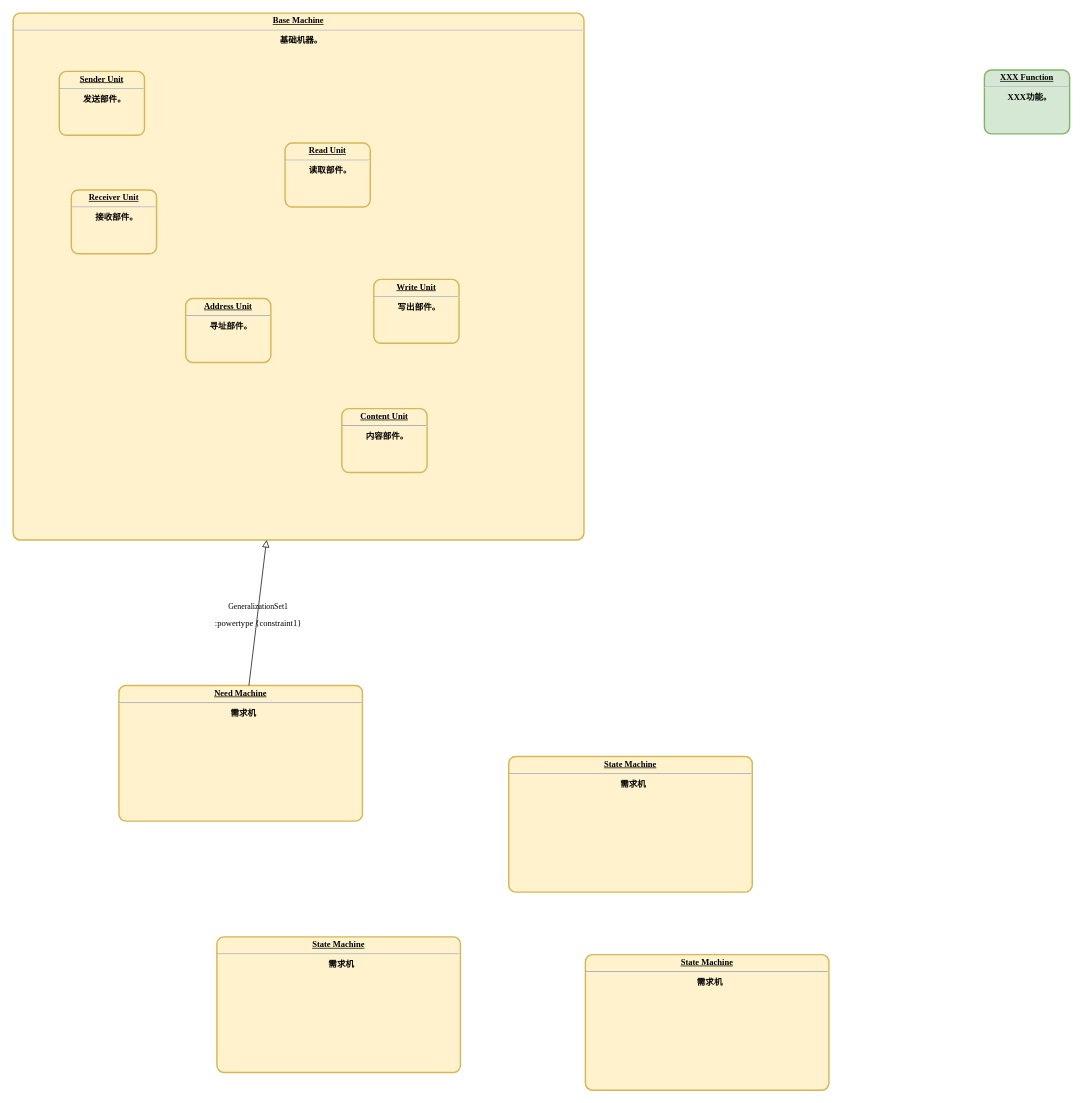
Before: page "Machine运作引擎" (4 of 12) of Analyse/总体分析框架.drawio in EntelechySystem/EntelechySystem_theory, a draw.io diagram. Source tidied: cells renumbered, new cells numbered last; positions are measured from the earlier drawing's top-left corner, leaving out a move shared by most shapes. Both pictures are drawn from the tidied source at 71%, with x=0, y=0 at pixel (13, 13).
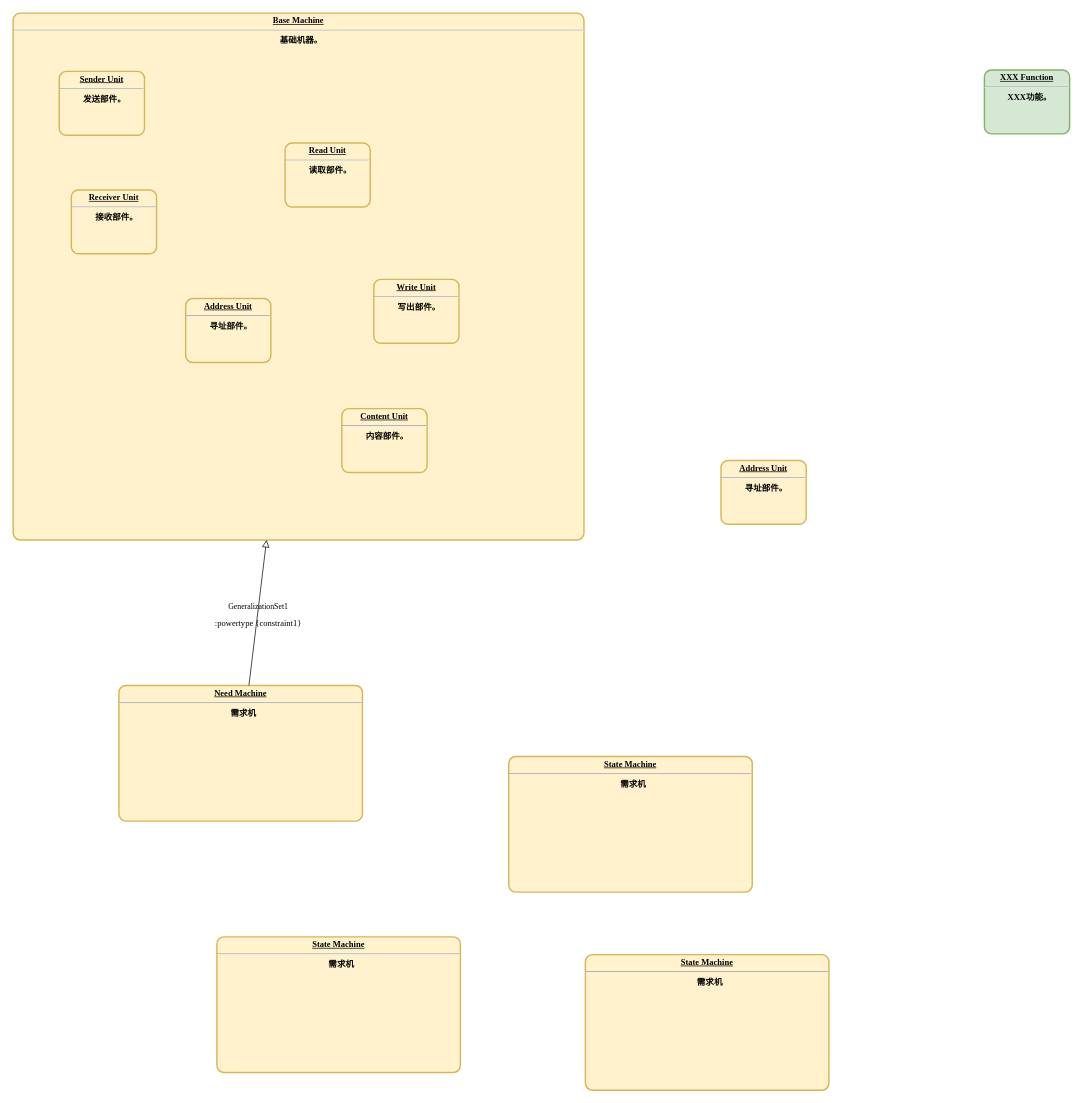
The same page after the edit.

The edit, as a diff of the source:
```diff
@@
 <mxGraphModel>
   <root>
     <mxCell id="0" />
     <mxCell id="1" parent="0" />
     <mxCell id="2" value="&lt;p style=&quot;margin: 0px; margin-top: 4px; text-align: center; text-decoration: underline;&quot;&gt;&lt;strong&gt;XXX Function&lt;br&gt;&lt;/strong&gt;&lt;/p&gt;&lt;hr&gt;&lt;p style=&quot;margin: 0px; margin-left: 8px;&quot;&gt;XXX功能。&lt;/p&gt;" style="verticalAlign=middle;align=center;overflow=fill;fontSize=12;fontFamily=Times New Roman;html=1;rounded=1;fontStyle=1;strokeWidth=2;fillColor=#d5e8d4;whiteSpace=wrap;absoluteArcSize=1;strokeColor=#82b366;" parent="1" vertex="1">
       <mxGeometry x="1368" y="80" width="120" height="90" as="geometry" />
     </mxCell>
     <mxCell id="3" value="&lt;p style=&quot;margin: 0px; margin-top: 4px; text-align: center; text-decoration: underline;&quot;&gt;&lt;strong&gt;Base Machine&lt;br&gt;&lt;/strong&gt;&lt;/p&gt;&lt;hr&gt;&lt;p style=&quot;margin: 0px; margin-left: 8px;&quot;&gt;基础机器。&lt;/p&gt;" style="verticalAlign=middle;align=center;overflow=fill;fontSize=12;fontFamily=Times New Roman;html=1;rounded=1;fontStyle=1;strokeWidth=2;fillColor=#fff2cc;whiteSpace=wrap;absoluteArcSize=1;strokeColor=#d6b656;" parent="1" vertex="1">
       <mxGeometry width="804" height="742" as="geometry" />
     </mxCell>
     <mxCell id="4" value="&lt;p style=&quot;margin: 0px; margin-top: 4px; text-align: center; text-decoration: underline;&quot;&gt;&lt;strong&gt;Sender Unit&lt;/strong&gt;&lt;/p&gt;&lt;hr&gt;&lt;p style=&quot;margin: 0px; margin-left: 8px;&quot;&gt;发送部件。&lt;/p&gt;" style="verticalAlign=middle;align=center;overflow=fill;fontSize=12;fontFamily=Times New Roman;html=1;rounded=1;fontStyle=1;strokeWidth=2;fillColor=#fff2cc;whiteSpace=wrap;absoluteArcSize=1;strokeColor=#d6b656;" parent="3" vertex="1">
       <mxGeometry x="65" y="82" width="120" height="90" as="geometry" />
     </mxCell>
     <mxCell id="5" value="&lt;p style=&quot;margin: 0px; margin-top: 4px; text-align: center; text-decoration: underline;&quot;&gt;&lt;strong&gt;Receiver Unit&lt;/strong&gt;&lt;/p&gt;&lt;hr&gt;&lt;p style=&quot;margin: 0px; margin-left: 8px;&quot;&gt;接收部件。&lt;/p&gt;" style="verticalAlign=middle;align=center;overflow=fill;fontSize=12;fontFamily=Times New Roman;html=1;rounded=1;fontStyle=1;strokeWidth=2;fillColor=#fff2cc;whiteSpace=wrap;absoluteArcSize=1;strokeColor=#d6b656;" parent="3" vertex="1">
       <mxGeometry x="82" y="249" width="120" height="90" as="geometry" />
     </mxCell>
     <mxCell id="6" value="&lt;p style=&quot;margin: 0px; margin-top: 4px; text-align: center; text-decoration: underline;&quot;&gt;&lt;strong&gt;Address Unit&lt;/strong&gt;&lt;/p&gt;&lt;hr&gt;&lt;p style=&quot;margin: 0px; margin-left: 8px;&quot;&gt;寻址部件。&lt;/p&gt;" style="verticalAlign=middle;align=center;overflow=fill;fontSize=12;fontFamily=Times New Roman;html=1;rounded=1;fontStyle=1;strokeWidth=2;fillColor=#fff2cc;whiteSpace=wrap;absoluteArcSize=1;strokeColor=#d6b656;" parent="3" vertex="1">
       <mxGeometry x="243" y="402" width="120" height="90" as="geometry" />
     </mxCell>
     <mxCell id="7" value="&lt;p style=&quot;margin: 0px; margin-top: 4px; text-align: center; text-decoration: underline;&quot;&gt;&lt;strong&gt;Read Unit&lt;/strong&gt;&lt;/p&gt;&lt;hr&gt;&lt;p style=&quot;margin: 0px; margin-left: 8px;&quot;&gt;读取部件。&lt;/p&gt;" style="verticalAlign=middle;align=center;overflow=fill;fontSize=12;fontFamily=Times New Roman;html=1;rounded=1;fontStyle=1;strokeWidth=2;fillColor=#fff2cc;whiteSpace=wrap;absoluteArcSize=1;strokeColor=#d6b656;" parent="3" vertex="1">
       <mxGeometry x="383" y="183" width="120" height="90" as="geometry" />
     </mxCell>
     <mxCell id="8" value="&lt;p style=&quot;margin: 0px; margin-top: 4px; text-align: center; text-decoration: underline;&quot;&gt;&lt;strong&gt;Write Unit&lt;/strong&gt;&lt;/p&gt;&lt;hr&gt;&lt;p style=&quot;margin: 0px; margin-left: 8px;&quot;&gt;写出部件。&lt;/p&gt;" style="verticalAlign=middle;align=center;overflow=fill;fontSize=12;fontFamily=Times New Roman;html=1;rounded=1;fontStyle=1;strokeWidth=2;fillColor=#fff2cc;whiteSpace=wrap;absoluteArcSize=1;strokeColor=#d6b656;" parent="3" vertex="1">
       <mxGeometry x="508" y="375" width="120" height="90" as="geometry" />
     </mxCell>
     <mxCell id="9" value="&lt;p style=&quot;margin: 0px; margin-top: 4px; text-align: center; text-decoration: underline;&quot;&gt;&lt;strong&gt;Content Unit&lt;/strong&gt;&lt;/p&gt;&lt;hr&gt;&lt;p style=&quot;margin: 0px; margin-left: 8px;&quot;&gt;内容部件。&lt;/p&gt;" style="verticalAlign=middle;align=center;overflow=fill;fontSize=12;fontFamily=Times New Roman;html=1;rounded=1;fontStyle=1;strokeWidth=2;fillColor=#fff2cc;whiteSpace=wrap;absoluteArcSize=1;strokeColor=#d6b656;" parent="3" vertex="1">
       <mxGeometry x="463" y="557" width="120" height="90" as="geometry" />
     </mxCell>
     <mxCell id="10" value="&lt;p style=&quot;margin: 0px; margin-top: 4px; text-align: center; text-decoration: underline;&quot;&gt;&lt;strong&gt;Need Machine&lt;br&gt;&lt;/strong&gt;&lt;/p&gt;&lt;hr&gt;&lt;p style=&quot;margin: 0px; margin-left: 8px;&quot;&gt;需求机&lt;/p&gt;" style="verticalAlign=middle;align=center;overflow=fill;fontSize=12;fontFamily=Times New Roman;html=1;rounded=1;fontStyle=1;strokeWidth=2;fillColor=#fff2cc;whiteSpace=wrap;absoluteArcSize=1;strokeColor=#d6b656;" parent="1" vertex="1">
       <mxGeometry x="149" y="947" width="343" height="191" as="geometry" />
     </mxCell>
     <mxCell id="11" value="GeneralizationSet1" style="endArrow=block;html=1;rounded=0;align=center;verticalAlign=bottom;endFill=0;labelBackgroundColor=none;endSize=8;fontFamily=Times New Roman;" parent="1" edge="1" source="10" target="3">
       <mxGeometry relative="1" as="geometry" />
     </mxCell>
     <mxCell id="12" value=":powertype {constraint1}" style="html=1;align=center;verticalAlign=top;labelBackgroundColor=none;fontFamily=Times New Roman;" parent="11" vertex="1">
       <mxGeometry relative="1" as="geometry" />
     </mxCell>
     <mxCell id="13" value="&lt;p style=&quot;margin: 0px; margin-top: 4px; text-align: center; text-decoration: underline;&quot;&gt;&lt;strong&gt;State Machine&lt;br&gt;&lt;/strong&gt;&lt;/p&gt;&lt;hr&gt;&lt;p style=&quot;margin: 0px; margin-left: 8px;&quot;&gt;需求机&lt;/p&gt;" style="verticalAlign=middle;align=center;overflow=fill;fontSize=12;fontFamily=Times New Roman;html=1;rounded=1;fontStyle=1;strokeWidth=2;fillColor=#fff2cc;whiteSpace=wrap;absoluteArcSize=1;strokeColor=#d6b656;" parent="1" vertex="1">
       <mxGeometry x="698" y="1047" width="343" height="191" as="geometry" />
     </mxCell>
     <mxCell id="14" value="&lt;p style=&quot;margin: 0px; margin-top: 4px; text-align: center; text-decoration: underline;&quot;&gt;&lt;strong&gt;State Machine&lt;br&gt;&lt;/strong&gt;&lt;/p&gt;&lt;hr&gt;&lt;p style=&quot;margin: 0px; margin-left: 8px;&quot;&gt;需求机&lt;/p&gt;" style="verticalAlign=middle;align=center;overflow=fill;fontSize=12;fontFamily=Times New Roman;html=1;rounded=1;fontStyle=1;strokeWidth=2;fillColor=#fff2cc;whiteSpace=wrap;absoluteArcSize=1;strokeColor=#d6b656;" parent="1" vertex="1">
       <mxGeometry x="287" y="1301" width="343" height="191" as="geometry" />
     </mxCell>
     <mxCell id="15" value="&lt;p style=&quot;margin: 0px; margin-top: 4px; text-align: center; text-decoration: underline;&quot;&gt;&lt;strong&gt;State Machine&lt;br&gt;&lt;/strong&gt;&lt;/p&gt;&lt;hr&gt;&lt;p style=&quot;margin: 0px; margin-left: 8px;&quot;&gt;需求机&lt;/p&gt;" style="verticalAlign=middle;align=center;overflow=fill;fontSize=12;fontFamily=Times New Roman;html=1;rounded=1;fontStyle=1;strokeWidth=2;fillColor=#fff2cc;whiteSpace=wrap;absoluteArcSize=1;strokeColor=#d6b656;" parent="1" vertex="1">
       <mxGeometry x="806" y="1326" width="343" height="191" as="geometry" />
     </mxCell>
+    <mxCell id="16" value="&lt;p style=&quot;margin: 0px; margin-top: 4px; text-align: center; text-decoration: underline;&quot;&gt;&lt;strong&gt;Address Unit&lt;/strong&gt;&lt;/p&gt;&lt;hr&gt;&lt;p style=&quot;margin: 0px; margin-left: 8px;&quot;&gt;寻址部件。&lt;/p&gt;" style="verticalAlign=middle;align=center;overflow=fill;fontSize=12;fontFamily=Times New Roman;html=1;rounded=1;fontStyle=1;strokeWidth=2;fillColor=#fff2cc;whiteSpace=wrap;absoluteArcSize=1;strokeColor=#d6b656;" parent="1" vertex="1">
+      <mxGeometry x="997" y="630" width="120" height="90" as="geometry" />
+    </mxCell>
   </root>
 </mxGraphModel>
```
